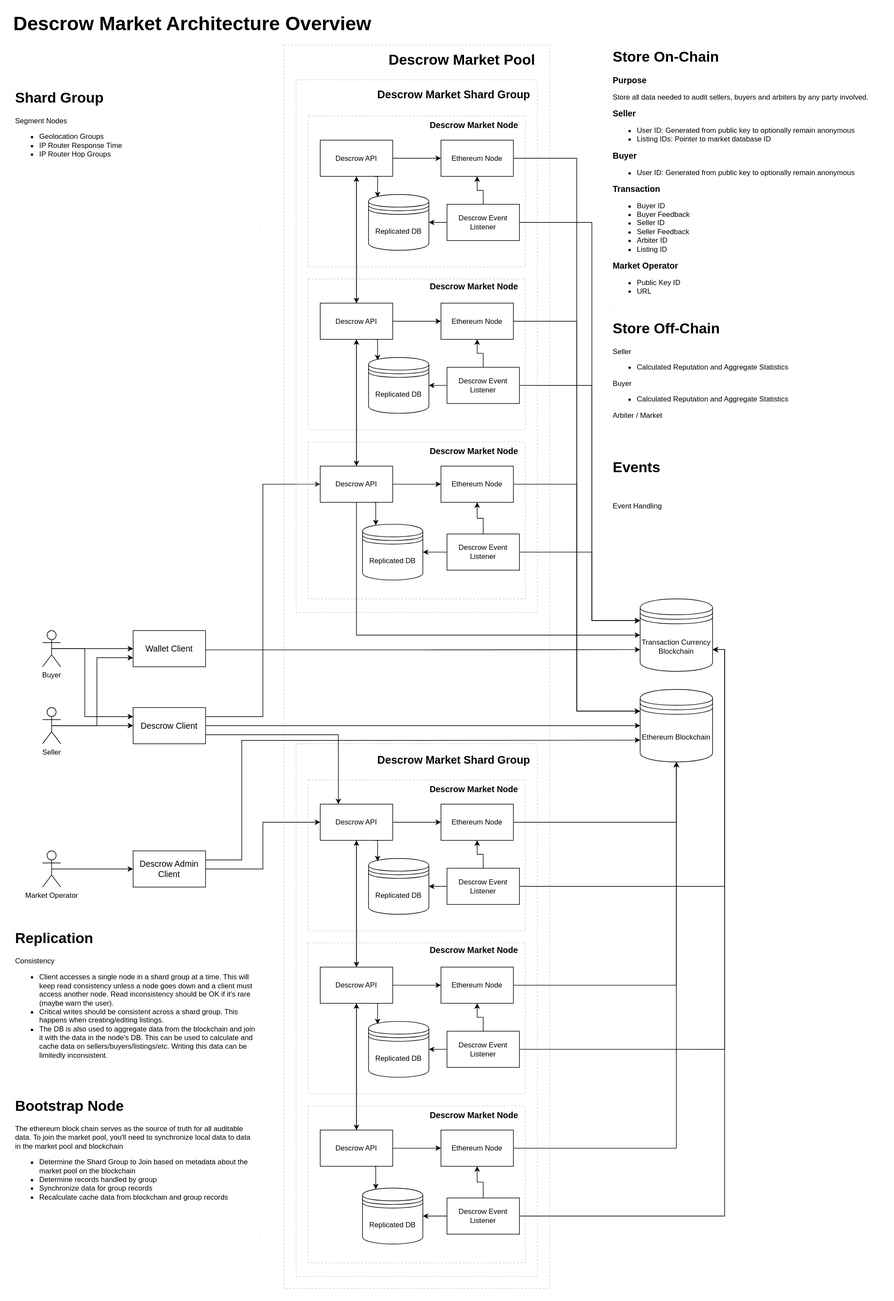
Earlier version of the draw.io export docs/DEscrowMarketArchitecture.drawio.svg (LinkedMink/descrow-market). Source tidied: cells renumbered, new cells last; positions are measured from the earlier drawing's top-left corner, leaving out a move shared by most shapes.
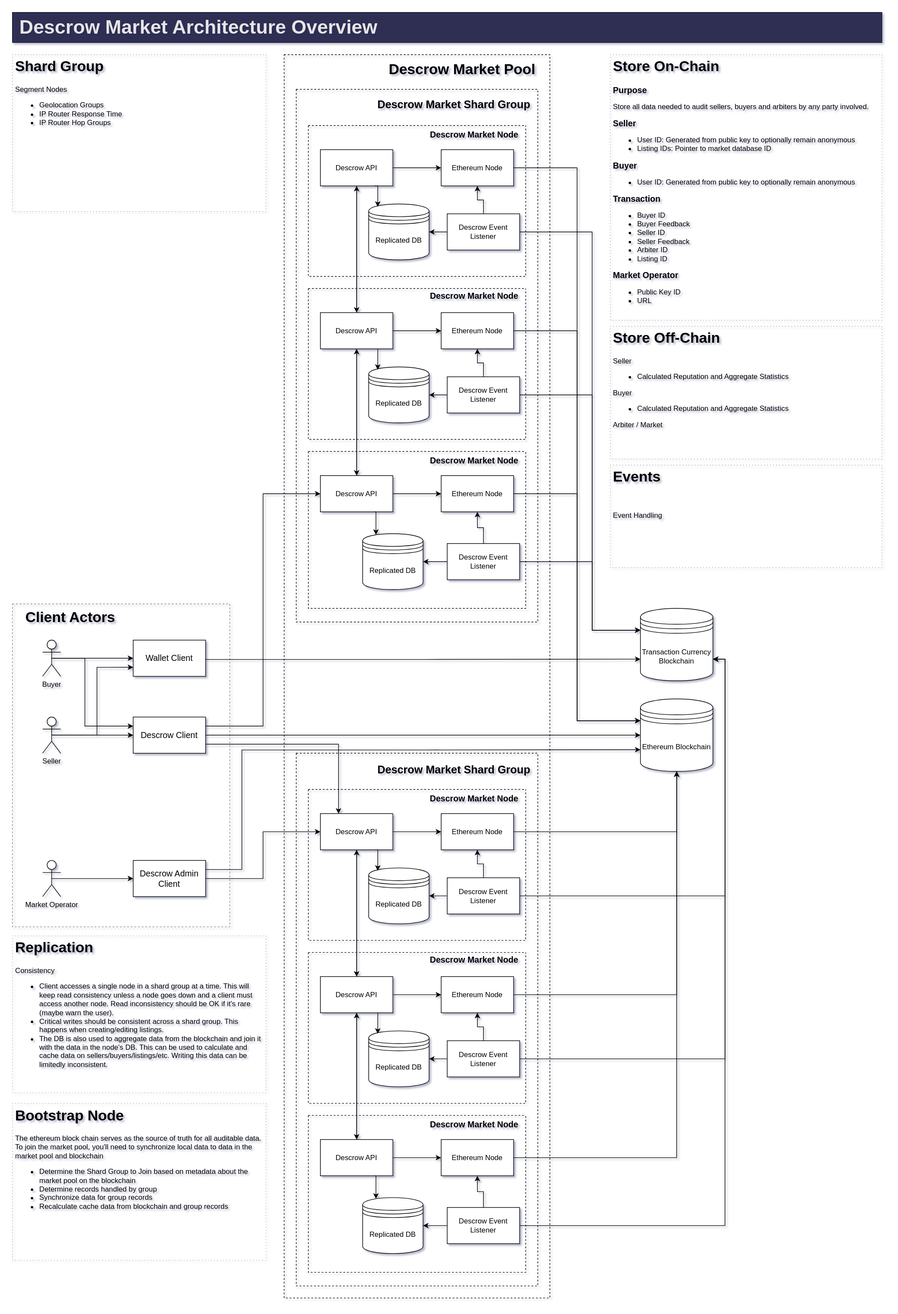
After the commit.

Commit message:
Diagram for dark mode

Diff of the diagram source:
```diff
@@ -1,17 +1,20 @@
-<mxGraphModel>
+<mxGraphModel shadow="1">
   <root>
     <mxCell id="0" />
     <mxCell id="1" parent="0" />
+    <mxCell id="115" style="whiteSpace=wrap;html=1;dashed=1;fontSize=14;fillColor=none;strokeColor=#878787;" parent="1" vertex="1">
+      <mxGeometry y="960" width="360" height="535" as="geometry" />
+    </mxCell>
-    <mxCell id="2" style="whiteSpace=wrap;html=1;dashed=1;fontSize=14;fillColor=default;opacity=20;" parent="1" vertex="1">
+    <mxCell id="2" style="whiteSpace=wrap;html=1;dashed=1;fontSize=14;fillColor=none;strokeColor=#000000;" parent="1" vertex="1">
       <mxGeometry x="450" y="50" width="440" height="2060" as="geometry" />
     </mxCell>
-    <mxCell id="3" style="whiteSpace=wrap;html=1;dashed=1;fontSize=14;fillColor=default;opacity=20;" parent="1" vertex="1">
+    <mxCell id="3" style="whiteSpace=wrap;html=1;dashed=1;fontSize=14;fillColor=none;" parent="1" vertex="1">
       <mxGeometry x="470" y="1207.5" width="400" height="882.5" as="geometry" />
     </mxCell>
     <mxCell id="4" value="Ethereum Blockchain" style="shape=datastore;whiteSpace=wrap;html=1;" parent="1" vertex="1">
       <mxGeometry x="1040" y="1117.5" width="120" height="120" as="geometry" />
     </mxCell>
-    <mxCell id="5" value="&lt;h1&gt;Store On-Chain&lt;/h1&gt;&lt;p&gt;&lt;span style=&quot;font-size: 14px;&quot;&gt;&lt;b&gt;Purpose&lt;/b&gt;&lt;/span&gt;&lt;/p&gt;&lt;p&gt;Store all data needed to audit sellers, buyers and arbiters by any party involved.&lt;/p&gt;&lt;p&gt;&lt;b&gt;&lt;font style=&quot;font-size: 14px;&quot;&gt;Seller&lt;/font&gt;&lt;/b&gt;&lt;/p&gt;&lt;p&gt;&lt;/p&gt;&lt;ul&gt;&lt;li&gt;User ID: Generated from public key to optionally remain anonymous&lt;/li&gt;&lt;li&gt;Listing IDs: Pointer to market database ID&lt;/li&gt;&lt;/ul&gt;&lt;p&gt;&lt;/p&gt;&lt;p&gt;&lt;b&gt;&lt;font style=&quot;font-size: 14px;&quot;&gt;Buyer&lt;/font&gt;&lt;/b&gt;&lt;/p&gt;&lt;ul&gt;&lt;li&gt;User ID: Generated from public key to optionally remain anonymous&lt;/li&gt;&lt;/ul&gt;&lt;p&gt;&lt;b&gt;&lt;font style=&quot;font-size: 14px;&quot;&gt;Transaction&lt;/font&gt;&lt;/b&gt;&lt;/p&gt;&lt;p&gt;&lt;/p&gt;&lt;ul&gt;&lt;li&gt;Buyer ID&lt;/li&gt;&lt;li&gt;Buyer Feedback&lt;/li&gt;&lt;li&gt;Seller ID&lt;/li&gt;&lt;li&gt;Seller Feedback&lt;/li&gt;&lt;li&gt;Arbiter ID&lt;/li&gt;&lt;li&gt;Listing ID&lt;/li&gt;&lt;/ul&gt;&lt;p&gt;&lt;/p&gt;&lt;p&gt;&lt;span style=&quot;font-size: 14px;&quot;&gt;&lt;b&gt;Market Operator&lt;/b&gt;&lt;/span&gt;&lt;/p&gt;&lt;p&gt;&lt;/p&gt;&lt;ul&gt;&lt;li&gt;Public Key ID&lt;/li&gt;&lt;li&gt;URL&lt;/li&gt;&lt;/ul&gt;&lt;p&gt;&lt;/p&gt;" style="text;html=1;fillColor=default;spacing=5;spacingTop=-20;whiteSpace=wrap;overflow=hidden;dashed=1;dashPattern=1 4;strokeColor=#878787;opacity=20;" parent="1" vertex="1">
+    <mxCell id="5" value="&lt;h1&gt;Store On-Chain&lt;/h1&gt;&lt;p&gt;&lt;span style=&quot;font-size: 14px;&quot;&gt;&lt;b&gt;Purpose&lt;/b&gt;&lt;/span&gt;&lt;/p&gt;&lt;p&gt;Store all data needed to audit sellers, buyers and arbiters by any party involved.&lt;/p&gt;&lt;p&gt;&lt;b&gt;&lt;font style=&quot;font-size: 14px;&quot;&gt;Seller&lt;/font&gt;&lt;/b&gt;&lt;/p&gt;&lt;p&gt;&lt;/p&gt;&lt;ul&gt;&lt;li&gt;User ID: Generated from public key to optionally remain anonymous&lt;/li&gt;&lt;li&gt;Listing IDs: Pointer to market database ID&lt;/li&gt;&lt;/ul&gt;&lt;p&gt;&lt;/p&gt;&lt;p&gt;&lt;b&gt;&lt;font style=&quot;font-size: 14px;&quot;&gt;Buyer&lt;/font&gt;&lt;/b&gt;&lt;/p&gt;&lt;ul&gt;&lt;li&gt;User ID: Generated from public key to optionally remain anonymous&lt;/li&gt;&lt;/ul&gt;&lt;p&gt;&lt;b&gt;&lt;font style=&quot;font-size: 14px;&quot;&gt;Transaction&lt;/font&gt;&lt;/b&gt;&lt;/p&gt;&lt;p&gt;&lt;/p&gt;&lt;ul&gt;&lt;li&gt;Buyer ID&lt;/li&gt;&lt;li&gt;Buyer Feedback&lt;/li&gt;&lt;li&gt;Seller ID&lt;/li&gt;&lt;li&gt;Seller Feedback&lt;/li&gt;&lt;li&gt;Arbiter ID&lt;/li&gt;&lt;li&gt;Listing ID&lt;/li&gt;&lt;/ul&gt;&lt;p&gt;&lt;/p&gt;&lt;p&gt;&lt;span style=&quot;font-size: 14px;&quot;&gt;&lt;b&gt;Market Operator&lt;/b&gt;&lt;/span&gt;&lt;/p&gt;&lt;p&gt;&lt;/p&gt;&lt;ul&gt;&lt;li&gt;Public Key ID&lt;/li&gt;&lt;li&gt;URL&lt;/li&gt;&lt;/ul&gt;&lt;p&gt;&lt;/p&gt;" style="text;html=1;fillColor=none;spacing=5;spacingTop=-20;whiteSpace=wrap;overflow=hidden;dashed=1;dashPattern=1 4;strokeColor=#878787;" parent="1" vertex="1">
       <mxGeometry x="990" y="50" width="450" height="440" as="geometry" />
     </mxCell>
     <mxCell id="6" style="edgeStyle=orthogonalEdgeStyle;rounded=0;jettySize=auto;html=1;exitX=0.5;exitY=0.5;exitDx=0;exitDy=0;exitPerimeter=0;entryX=0;entryY=0.5;entryDx=0;entryDy=0;" parent="1" edge="1" source="8" target="51">
@@ -37,7 +40,7 @@
     <mxCell id="11" value="Seller" style="shape=umlActor;verticalLabelPosition=bottom;verticalAlign=top;html=1;outlineConnect=0;" parent="1" vertex="1">
       <mxGeometry x="50" y="1147.5" width="30" height="60" as="geometry" />
     </mxCell>
-    <mxCell id="12" value="&lt;h1&gt;Store Off-Chain&lt;/h1&gt;&lt;p&gt;Seller&lt;/p&gt;&lt;p&gt;&lt;/p&gt;&lt;ul&gt;&lt;li&gt;&lt;span style=&quot;background-color: initial;&quot;&gt;Calculated Reputation and Aggregate Statistics&lt;/span&gt;&lt;/li&gt;&lt;/ul&gt;&lt;p&gt;&lt;/p&gt;&lt;p&gt;&lt;/p&gt;&lt;p&gt;Buyer&lt;/p&gt;&lt;ul&gt;&lt;li&gt;Calculated Reputation and Aggregate Statistics&lt;/li&gt;&lt;/ul&gt;&lt;p&gt;Arbiter / Market&lt;/p&gt;&lt;p&gt;&lt;br&gt;&lt;/p&gt;&lt;p&gt;&lt;br&gt;&lt;/p&gt;" style="text;html=1;fillColor=default;spacing=5;spacingTop=-20;whiteSpace=wrap;overflow=hidden;dashed=1;dashPattern=1 4;strokeColor=#878787;opacity=20;" parent="1" vertex="1">
+    <mxCell id="12" value="&lt;h1&gt;Store Off-Chain&lt;/h1&gt;&lt;p&gt;Seller&lt;/p&gt;&lt;p&gt;&lt;/p&gt;&lt;ul&gt;&lt;li&gt;&lt;span style=&quot;background-color: initial;&quot;&gt;Calculated Reputation and Aggregate Statistics&lt;/span&gt;&lt;/li&gt;&lt;/ul&gt;&lt;p&gt;&lt;/p&gt;&lt;p&gt;&lt;/p&gt;&lt;p&gt;Buyer&lt;/p&gt;&lt;ul&gt;&lt;li&gt;Calculated Reputation and Aggregate Statistics&lt;/li&gt;&lt;/ul&gt;&lt;p&gt;Arbiter / Market&lt;/p&gt;&lt;p&gt;&lt;br&gt;&lt;/p&gt;&lt;p&gt;&lt;br&gt;&lt;/p&gt;" style="text;html=1;fillColor=none;spacing=5;spacingTop=-20;whiteSpace=wrap;overflow=hidden;dashed=1;dashPattern=1 4;strokeColor=#878787;" parent="1" vertex="1">
       <mxGeometry x="990" y="500" width="450" height="220" as="geometry" />
     </mxCell>
     <mxCell id="13" style="edgeStyle=orthogonalEdgeStyle;jettySize=auto;html=1;exitX=1;exitY=0.5;exitDx=0;exitDy=0;entryX=0;entryY=0.5;entryDx=0;entryDy=0;fontSize=14;rounded=0;" parent="1" edge="1" source="16" target="4">
@@ -52,7 +55,7 @@
     <mxCell id="16" value="&lt;span style=&quot;font-weight: normal;&quot;&gt;Descrow Client&lt;/span&gt;" style="whiteSpace=wrap;html=1;fontSize=14;fontStyle=1;" parent="1" vertex="1">
       <mxGeometry x="200" y="1147.5" width="120" height="60" as="geometry" />
     </mxCell>
-    <mxCell id="17" style="swimlane;startSize=0;fontSize=14;dashed=1;fillColor=default;opacity=20;" parent="1" vertex="1">
+    <mxCell id="17" style="swimlane;startSize=0;fontSize=14;dashed=1;fillColor=none;" parent="1" vertex="1">
       <mxGeometry x="490" y="1267.5" width="360" height="250" as="geometry" />
     </mxCell>
     <mxCell id="18" value="Descrow API" style="whiteSpace=wrap;html=1;" parent="17" vertex="1">
@@ -88,7 +91,7 @@
     <mxCell id="28" value="&lt;b style=&quot;font-size: 18px;&quot;&gt;&lt;font style=&quot;font-size: 18px;&quot;&gt;Descrow Market Shard Group&lt;/font&gt;&lt;/b&gt;" style="text;html=1;strokeColor=none;fillColor=none;align=right;verticalAlign=middle;whiteSpace=wrap;fontSize=18;" parent="1" vertex="1">
       <mxGeometry x="600" y="1220" width="260" height="30" as="geometry" />
     </mxCell>
-    <mxCell id="29" style="swimlane;startSize=0;fontSize=14;dashed=1;fillColor=default;opacity=20;" parent="1" vertex="1">
+    <mxCell id="29" style="swimlane;startSize=0;fontSize=14;dashed=1;fillColor=none;" parent="1" vertex="1">
       <mxGeometry x="490" y="1537.5" width="360" height="250" as="geometry" />
     </mxCell>
     <mxCell id="30" style="edgeStyle=orthogonalEdgeStyle;jettySize=auto;html=1;exitX=0.75;exitY=1;exitDx=0;exitDy=0;entryX=0.15;entryY=0.05;entryDx=0;entryDy=0;entryPerimeter=0;fontSize=16;rounded=0;" parent="29" edge="1" source="31" target="34">
@@ -118,7 +121,7 @@
     <mxCell id="38" value="Descrow Market Node" style="text;html=1;strokeColor=none;fillColor=none;align=right;verticalAlign=middle;whiteSpace=wrap;fontSize=14;fontStyle=1;" parent="29" vertex="1">
       <mxGeometry x="200" y="-2.5" width="150" height="30" as="geometry" />
     </mxCell>
-    <mxCell id="39" style="swimlane;startSize=0;fontSize=14;dashed=1;fillColor=default;opacity=20;" parent="1" vertex="1">
+    <mxCell id="39" style="swimlane;startSize=0;fontSize=14;dashed=1;fillColor=none;" parent="1" vertex="1">
       <mxGeometry x="490" y="1807.5" width="360" height="260" as="geometry" />
     </mxCell>
     <mxCell id="40" value="Descrow API" style="whiteSpace=wrap;html=1;" parent="39" vertex="1">
@@ -201,13 +204,13 @@
     <mxCell id="62" value="Descrow Admin Client" style="whiteSpace=wrap;html=1;fontSize=14;" parent="1" vertex="1">
       <mxGeometry x="200" y="1385" width="120" height="60" as="geometry" />
     </mxCell>
-    <mxCell id="63" value="&lt;h1&gt;Replication&lt;/h1&gt;&lt;p&gt;Consistency&lt;/p&gt;&lt;p&gt;&lt;/p&gt;&lt;ul&gt;&lt;li&gt;Client accesses a single node in a shard group at a time. This will keep read consistency unless a node goes down and a client must access another node. Read inconsistency should be OK if it's rare (maybe warn the user).&lt;/li&gt;&lt;li&gt;Critical writes should be consistent across a shard group. This happens when creating/editing listings.&lt;/li&gt;&lt;li&gt;The DB is also used to aggregate data from the blockchain and join it with the data in the node's DB. This can be used to calculate and cache data on sellers/buyers/listings/etc. Writing this data can be limitedly inconsistent.&lt;/li&gt;&lt;/ul&gt;&lt;p&gt;&lt;/p&gt;" style="text;html=1;fillColor=default;spacing=5;spacingTop=-20;whiteSpace=wrap;overflow=hidden;dashed=1;dashPattern=1 4;strokeColor=#878787;fillStyle=auto;gradientColor=none;opacity=20;" parent="1" vertex="1">
-      <mxGeometry y="1510" width="410" height="260" as="geometry" />
+    <mxCell id="63" value="&lt;h1&gt;Replication&lt;/h1&gt;&lt;p&gt;Consistency&lt;/p&gt;&lt;p&gt;&lt;/p&gt;&lt;ul&gt;&lt;li&gt;Client accesses a single node in a shard group at a time. This will keep read consistency unless a node goes down and a client must access another node. Read inconsistency should be OK if it's rare (maybe warn the user).&lt;/li&gt;&lt;li&gt;Critical writes should be consistent across a shard group. This happens when creating/editing listings.&lt;/li&gt;&lt;li&gt;The DB is also used to aggregate data from the blockchain and join it with the data in the node's DB. This can be used to calculate and cache data on sellers/buyers/listings/etc. Writing this data can be limitedly inconsistent.&lt;/li&gt;&lt;/ul&gt;&lt;p&gt;&lt;/p&gt;" style="text;html=1;fillColor=none;spacing=5;spacingTop=-20;whiteSpace=wrap;overflow=hidden;dashed=1;dashPattern=1 4;strokeColor=#878787;fillStyle=auto;gradientColor=none;" parent="1" vertex="1">
+      <mxGeometry y="1510" width="420" height="260" as="geometry" />
     </mxCell>
-    <mxCell id="64" style="whiteSpace=wrap;html=1;dashed=1;fontSize=14;fillColor=default;opacity=20;" parent="1" vertex="1">
+    <mxCell id="64" style="whiteSpace=wrap;html=1;dashed=1;fontSize=14;fillColor=none;" parent="1" vertex="1">
       <mxGeometry x="470" y="107.5" width="400" height="882.5" as="geometry" />
     </mxCell>
-    <mxCell id="65" style="swimlane;startSize=0;fontSize=14;dashed=1;fillColor=default;opacity=20;" parent="1" vertex="1">
+    <mxCell id="65" style="swimlane;startSize=0;fontSize=14;dashed=1;fillColor=none;" parent="1" vertex="1">
       <mxGeometry x="490" y="167.5" width="360" height="250" as="geometry" />
     </mxCell>
     <mxCell id="66" value="Descrow API" style="whiteSpace=wrap;html=1;" parent="65" vertex="1">
@@ -240,7 +243,7 @@
     <mxCell id="75" value="&lt;b style=&quot;font-size: 18px;&quot;&gt;&lt;font style=&quot;font-size: 18px;&quot;&gt;Descrow Market Shard Group&lt;/font&gt;&lt;/b&gt;" style="text;html=1;strokeColor=none;fillColor=none;align=right;verticalAlign=middle;whiteSpace=wrap;fontSize=18;" parent="1" vertex="1">
       <mxGeometry x="590" y="117.5" width="270" height="30" as="geometry" />
     </mxCell>
-    <mxCell id="76" style="swimlane;startSize=0;fontSize=14;dashed=1;fillColor=default;opacity=20;" parent="1" vertex="1">
+    <mxCell id="76" style="swimlane;startSize=0;fontSize=14;dashed=1;fillColor=none;" parent="1" vertex="1">
       <mxGeometry x="490" y="437.5" width="360" height="250" as="geometry" />
     </mxCell>
     <mxCell id="77" style="edgeStyle=orthogonalEdgeStyle;jettySize=auto;html=1;exitX=0.75;exitY=1;exitDx=0;exitDy=0;entryX=0.15;entryY=0.05;entryDx=0;entryDy=0;entryPerimeter=0;fontSize=16;rounded=0;" parent="76" edge="1" source="78" target="81">
@@ -270,7 +273,7 @@
     <mxCell id="85" value="Descrow Event Listener" style="whiteSpace=wrap;html=1;" parent="76" vertex="1">
       <mxGeometry x="230" y="146.2" width="120" height="60" as="geometry" />
     </mxCell>
-    <mxCell id="86" style="swimlane;startSize=0;fontSize=14;dashed=1;fillColor=default;opacity=20;" parent="1" vertex="1">
+    <mxCell id="86" style="swimlane;startSize=0;fontSize=14;dashed=1;fillColor=none;" parent="1" vertex="1">
       <mxGeometry x="490" y="707.5" width="360" height="260" as="geometry" />
     </mxCell>
     <mxCell id="87" value="Descrow API" style="whiteSpace=wrap;html=1;" parent="86" vertex="1">
@@ -320,9 +323,6 @@
         </Array>
       </mxGeometry>
     </mxCell>
-    <mxCell id="101" style="edgeStyle=orthogonalEdgeStyle;jettySize=auto;html=1;exitX=0.5;exitY=1;exitDx=0;exitDy=0;entryX=0;entryY=0.5;entryDx=0;entryDy=0;rounded=0;" parent="1" edge="1" source="87" target="49">
-      <mxGeometry relative="1" as="geometry" />
-    </mxCell>
     <mxCell id="102" style="edgeStyle=orthogonalEdgeStyle;jettySize=auto;html=1;exitX=1;exitY=0.5;exitDx=0;exitDy=0;entryX=0;entryY=0.3;entryDx=0;entryDy=0;rounded=0;" parent="1" edge="1" source="88" target="4">
       <mxGeometry relative="1" as="geometry" />
     </mxCell>
@@ -335,17 +335,17 @@
     <mxCell id="105" value="&lt;b style=&quot;font-size: 24px;&quot;&gt;&lt;font style=&quot;font-size: 24px;&quot;&gt;Descrow Market Pool&lt;/font&gt;&lt;/b&gt;" style="text;html=1;strokeColor=none;fillColor=none;align=center;verticalAlign=middle;whiteSpace=wrap;fontSize=24;" parent="1" vertex="1">
       <mxGeometry x="620" y="60" width="250" height="30" as="geometry" />
     </mxCell>
-    <mxCell id="106" value="&lt;h1&gt;Shard Group&lt;/h1&gt;&lt;p&gt;Segment Nodes&lt;/p&gt;&lt;p&gt;&lt;/p&gt;&lt;ul&gt;&lt;li&gt;Geolocation Groups&lt;/li&gt;&lt;li&gt;IP Router Response Time&lt;/li&gt;&lt;li&gt;IP Router Hop Groups&lt;/li&gt;&lt;/ul&gt;&lt;p&gt;&lt;/p&gt;&lt;p&gt;&lt;/p&gt;" style="text;html=1;fillColor=default;spacing=5;spacingTop=-20;whiteSpace=wrap;overflow=hidden;dashed=1;dashPattern=1 4;strokeColor=#878787;opacity=20;" parent="1" vertex="1">
-      <mxGeometry y="117.5" width="410" height="260" as="geometry" />
+    <mxCell id="106" value="&lt;h1&gt;Shard Group&lt;/h1&gt;&lt;p&gt;Segment Nodes&lt;/p&gt;&lt;p&gt;&lt;/p&gt;&lt;ul&gt;&lt;li&gt;Geolocation Groups&lt;/li&gt;&lt;li&gt;IP Router Response Time&lt;/li&gt;&lt;li&gt;IP Router Hop Groups&lt;/li&gt;&lt;/ul&gt;&lt;p&gt;&lt;/p&gt;&lt;p&gt;&lt;/p&gt;" style="text;html=1;fillColor=none;spacing=5;spacingTop=-20;whiteSpace=wrap;overflow=hidden;dashed=1;dashPattern=1 4;strokeColor=#878787;" parent="1" vertex="1">
+      <mxGeometry y="50" width="420" height="260" as="geometry" />
     </mxCell>
-    <mxCell id="107" value="&lt;h1&gt;Bootstrap Node&lt;/h1&gt;&lt;div&gt;&lt;span style=&quot;background-color: initial;&quot;&gt;The ethereum block chain serves as the source of truth for all auditable data. To join the market pool, you'll need to synchronize local data to data in the market pool and blockchain&lt;/span&gt;&lt;/div&gt;&lt;p&gt;&lt;/p&gt;&lt;ul&gt;&lt;li&gt;Determine the Shard Group to Join based on metadata about the market pool on the blockchain&lt;/li&gt;&lt;li&gt;Determine records handled by group&lt;/li&gt;&lt;li&gt;Synchronize data for group records&lt;/li&gt;&lt;li&gt;Recalculate cache data from blockchain and group records&lt;/li&gt;&lt;/ul&gt;&lt;p&gt;&lt;/p&gt;&lt;p&gt;&lt;br&gt;&lt;/p&gt;&lt;p&gt;&lt;/p&gt;" style="text;html=1;fillColor=default;spacing=5;spacingTop=-20;whiteSpace=wrap;overflow=hidden;dashed=1;dashPattern=1 4;strokeColor=#878787;opacity=20;" parent="1" vertex="1">
-      <mxGeometry y="1787.5" width="410" height="260" as="geometry" />
+    <mxCell id="107" value="&lt;h1&gt;Bootstrap Node&lt;/h1&gt;&lt;div&gt;&lt;span style=&quot;background-color: initial;&quot;&gt;The ethereum block chain serves as the source of truth for all auditable data. To join the market pool, you'll need to synchronize local data to data in the market pool and blockchain&lt;/span&gt;&lt;/div&gt;&lt;p&gt;&lt;/p&gt;&lt;ul&gt;&lt;li&gt;Determine the Shard Group to Join based on metadata about the market pool on the blockchain&lt;/li&gt;&lt;li&gt;Determine records handled by group&lt;/li&gt;&lt;li&gt;Synchronize data for group records&lt;/li&gt;&lt;li&gt;Recalculate cache data from blockchain and group records&lt;/li&gt;&lt;/ul&gt;&lt;p&gt;&lt;/p&gt;&lt;p&gt;&lt;br&gt;&lt;/p&gt;&lt;p&gt;&lt;/p&gt;" style="text;html=1;fillColor=none;spacing=5;spacingTop=-20;whiteSpace=wrap;overflow=hidden;dashed=1;dashPattern=1 4;strokeColor=#878787;" parent="1" vertex="1">
+      <mxGeometry y="1787.5" width="420" height="260" as="geometry" />
     </mxCell>
-    <mxCell id="108" value="&lt;h1&gt;Events&lt;/h1&gt;&lt;div&gt;&lt;br&gt;&lt;/div&gt;&lt;p&gt;&lt;/p&gt;&lt;p&gt;Event Handling&lt;/p&gt;&lt;p&gt;&lt;/p&gt;" style="text;html=1;fillColor=default;spacing=5;spacingTop=-20;whiteSpace=wrap;overflow=hidden;dashed=1;dashPattern=1 4;strokeColor=#878787;opacity=20;" parent="1" vertex="1">
+    <mxCell id="108" value="&lt;h1&gt;Events&lt;/h1&gt;&lt;div&gt;&lt;br&gt;&lt;/div&gt;&lt;p&gt;&lt;/p&gt;&lt;p&gt;Event Handling&lt;/p&gt;&lt;p&gt;&lt;/p&gt;" style="text;html=1;fillColor=none;spacing=5;spacingTop=-20;whiteSpace=wrap;overflow=hidden;dashed=1;dashPattern=1 4;strokeColor=#878787;" parent="1" vertex="1">
       <mxGeometry x="990" y="730" width="450" height="170" as="geometry" />
     </mxCell>
-    <mxCell id="109" value="&lt;span style=&quot;font-size: 32px;&quot;&gt;&lt;font style=&quot;font-size: 32px;&quot;&gt;Descrow Market Architecture Overview&lt;/font&gt;&lt;/span&gt;" style="text;html=1;strokeColor=none;fillColor=none;align=left;verticalAlign=middle;whiteSpace=wrap;fontSize=32;fontStyle=1;" parent="1" vertex="1">
-      <mxGeometry width="640" height="30" as="geometry" />
+    <mxCell id="109" value="&lt;span style=&quot;font-size: 32px;&quot;&gt;&lt;font style=&quot;font-size: 32px;&quot;&gt;Descrow Market Architecture Overview&lt;/font&gt;&lt;/span&gt;" style="text;html=1;strokeColor=#000000;fillColor=#000033;align=left;verticalAlign=middle;whiteSpace=wrap;fontSize=32;fontStyle=1;opacity=80;perimeterSpacing=0;spacingLeft=10;fontColor=#E6E6E6;" parent="1" vertex="1">
+      <mxGeometry y="-20" width="1440" height="50" as="geometry" />
     </mxCell>
     <mxCell id="110" style="edgeStyle=orthogonalEdgeStyle;rounded=0;jettySize=auto;html=1;exitX=1;exitY=0.5;exitDx=0;exitDy=0;entryX=0;entryY=0.3;entryDx=0;entryDy=0;" parent="1" edge="1" source="85" target="49">
       <mxGeometry relative="1" as="geometry">
@@ -372,5 +372,8 @@
     <mxCell id="114" style="edgeStyle=orthogonalEdgeStyle;rounded=0;jettySize=auto;html=1;exitX=1;exitY=0.5;exitDx=0;exitDy=0;entryX=1;entryY=0.7;entryDx=0;entryDy=0;" parent="1" edge="1" source="46" target="49">
       <mxGeometry relative="1" as="geometry" />
     </mxCell>
+    <mxCell id="116" value="&lt;b style=&quot;font-size: 24px;&quot;&gt;&lt;font style=&quot;font-size: 24px;&quot;&gt;Client Actors&lt;/font&gt;&lt;/b&gt;" style="text;html=1;strokeColor=none;fillColor=none;align=left;verticalAlign=middle;whiteSpace=wrap;fontSize=24;" parent="1" vertex="1">
+      <mxGeometry x="20" y="967.5" width="250" height="30" as="geometry" />
+    </mxCell>
   </root>
 </mxGraphModel>
```
